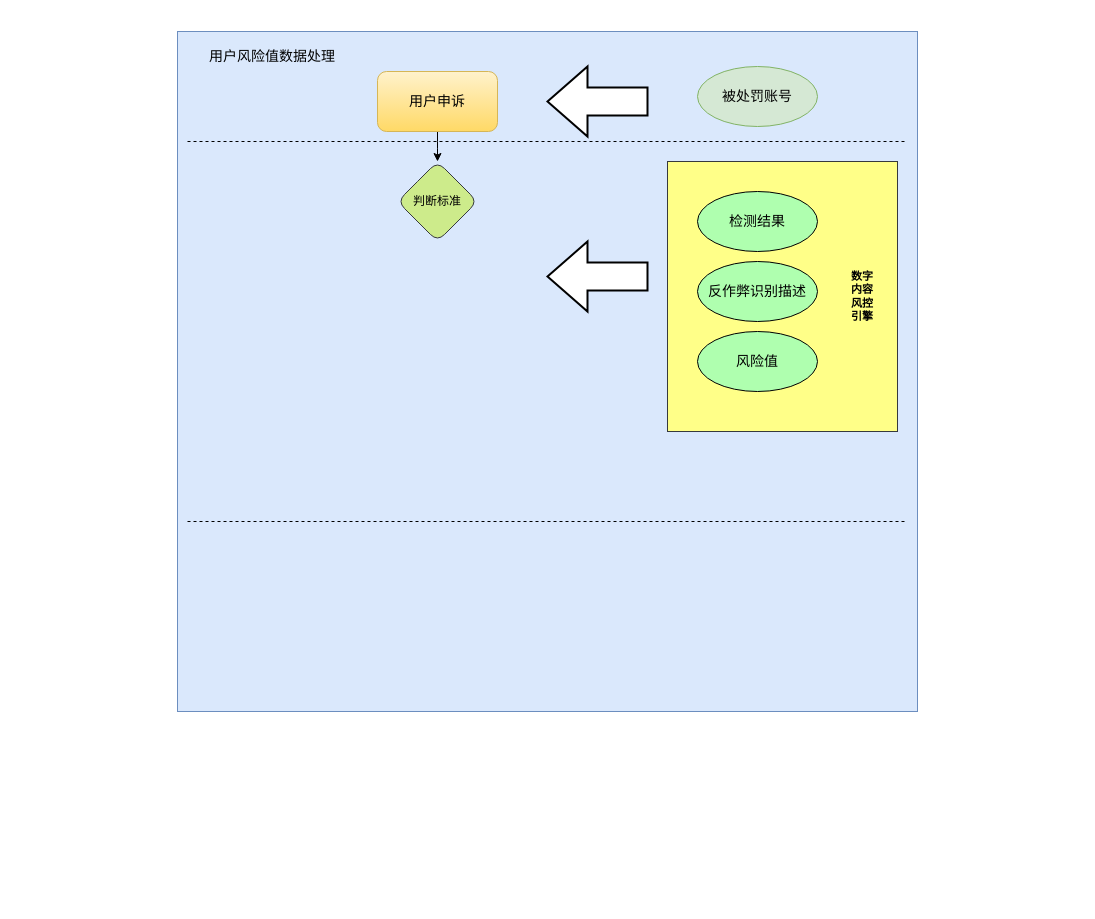
The draw.io diagram app.diagrams.net/Untitled Diagram.drawio in startarhwa/hello-world, before the edit. Source tidied: cells renumbered, new cells numbered last; positions are measured from the earlier drawing's top-left corner, leaving out a move shared by most shapes. Both pictures are drawn from the tidied source at 100%, with x=0, y=0 at pixel (177, 31).
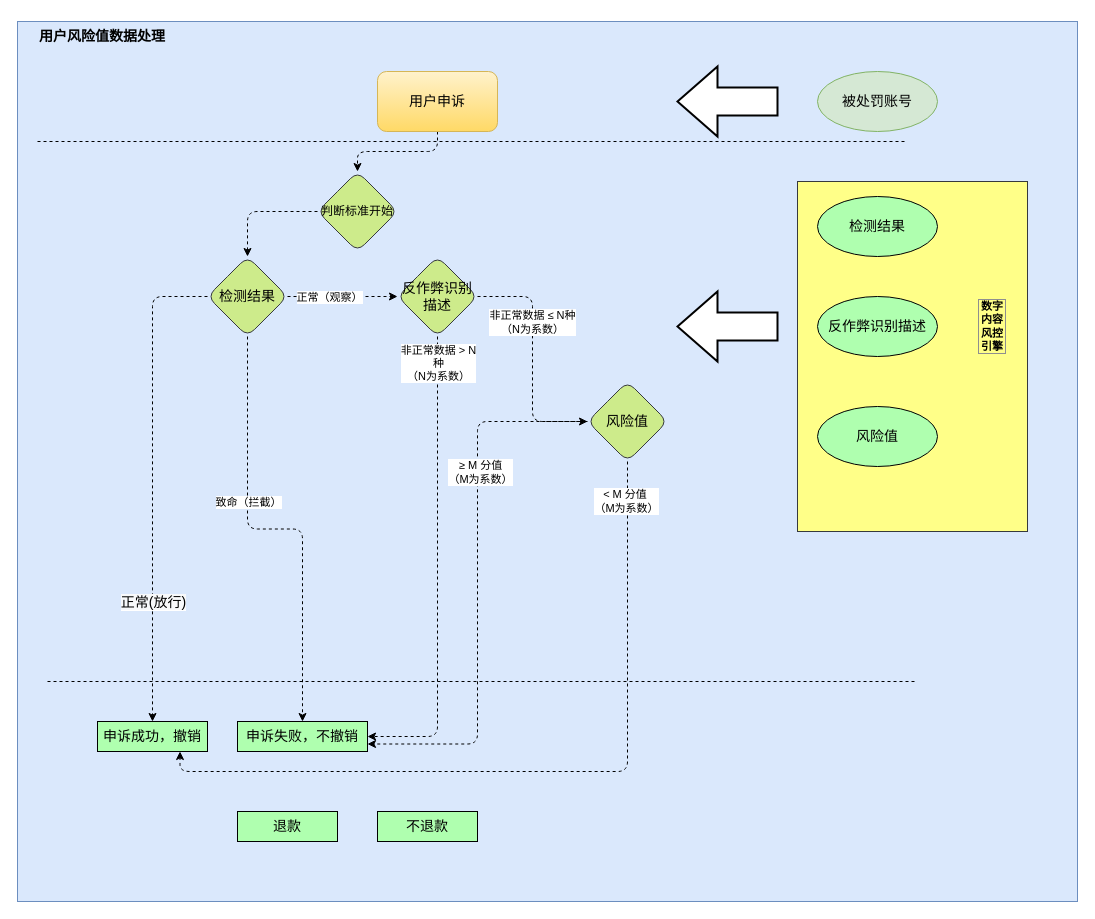
The same page after the edit.

Unchanged cells that the change refers to:
```xml
<mxCell id="5" value="&lt;span style=&quot;font-size: 14px&quot;&gt;用户申诉&lt;/span&gt;" style="rounded=1;whiteSpace=wrap;html=1;fillColor=#fff2cc;gradientColor=#ffd966;strokeColor=#d6b656;" parent="1" vertex="1">
  <mxGeometry x="200" y="40" width="120" height="60" as="geometry" />
</mxCell>
```

What changed in the source:
```diff
@@
     <mxCell id="2" style="text;html=1;strokeColor=#6c8ebf;fillColor=#dae8fc;align=left;verticalAlign=top;whiteSpace=wrap;fontSize=14;fontStyle=1;" parent="1" vertex="1">
-      <mxGeometry width="740" height="680" as="geometry" />
+      <mxGeometry x="-160" y="-10" width="1060" height="880" as="geometry" />
     </mxCell>
     <mxCell id="3" style="rounded=0;whiteSpace=wrap;html=1;labelBackgroundColor=none;labelBorderColor=none;fontSize=11;fillColor=#ffff88;strokeColor=#36393d;" parent="1" vertex="1">
-      <mxGeometry x="490" y="130" width="230" height="270" as="geometry" />
+      <mxGeometry x="620" y="150" width="230" height="350" as="geometry" />
     </mxCell>
-    <mxCell id="4" style="edgeStyle=orthogonalEdgeStyle;rounded=1;jettySize=auto;html=1;" parent="1" edge="1" source="5" target="6">
+    <mxCell id="4" style="edgeStyle=orthogonalEdgeStyle;rounded=1;jettySize=auto;html=1;dashed=1;" parent="1" edge="1" source="5" target="6">
       <mxGeometry relative="1" as="geometry" />
     </mxCell>
@@
+    <mxCell id="17" style="edgeStyle=orthogonalEdgeStyle;rounded=1;jettySize=auto;html=1;dashed=1;labelBackgroundColor=default;fontSize=11;fontColor=#000000;" parent="1" edge="1" source="6" target="28">
+      <mxGeometry relative="1" as="geometry" />
+    </mxCell>
-    <mxCell id="6" value="判断标准" style="rhombus;whiteSpace=wrap;html=1;rounded=1;fillColor=#cdeb8b;strokeColor=#36393d;" parent="1" vertex="1">
-      <mxGeometry x="220" y="130" width="80" height="80" as="geometry" />
+    <mxCell id="6" value="判断标准开始" style="rhombus;whiteSpace=wrap;html=1;rounded=1;fillColor=#cdeb8b;strokeColor=#36393d;" parent="1" vertex="1">
+      <mxGeometry x="140" y="140" width="80" height="80" as="geometry" />
     </mxCell>
-    <mxCell id="7" value="&lt;p class=&quot;MsoNormal&quot;&gt;&lt;span style=&quot;font-size: 14px&quot;&gt;用户风险值数据处理&lt;/span&gt;&lt;br&gt;&lt;/p&gt;" style="text;html=1;fillColor=none;align=center;verticalAlign=middle;whiteSpace=wrap;rounded=0;labelBackgroundColor=none;labelBorderColor=none;fontSize=11;" parent="1" vertex="1">
-      <mxGeometry x="10" y="10" width="170" height="30" as="geometry" />
+    <mxCell id="7" value="&lt;p class=&quot;MsoNormal&quot;&gt;&lt;span style=&quot;font-size: 14px&quot;&gt;用户风险值数据处理&lt;/span&gt;&lt;br&gt;&lt;/p&gt;" style="text;html=1;fillColor=none;align=center;verticalAlign=middle;whiteSpace=wrap;rounded=0;labelBackgroundColor=none;labelBorderColor=none;fontSize=11;fontStyle=1;" parent="1" vertex="1">
+      <mxGeometry x="-160" y="-10" width="170" height="30" as="geometry" />
     </mxCell>
     <mxCell id="8" style="verticalLabelPosition=bottom;verticalAlign=top;html=1;strokeWidth=2;shape=mxgraph.arrows2.arrow;dy=0.6;dx=40;notch=0;labelBackgroundColor=none;labelBorderColor=none;fontSize=11;fontColor=#E6FFCC;direction=west;" parent="1" vertex="1">
-      <mxGeometry x="370" y="35" width="100" height="70" as="geometry" />
+      <mxGeometry x="500" y="35" width="100" height="70" as="geometry" />
     </mxCell>
     <mxCell id="9" value="&lt;span style=&quot;font-size: 14px&quot;&gt;被处罚账号&lt;/span&gt;" style="ellipse;whiteSpace=wrap;html=1;rounded=1;fillColor=#d5e8d4;strokeColor=#82b366;" parent="1" vertex="1">
-      <mxGeometry x="520" y="35" width="120" height="60" as="geometry" />
+      <mxGeometry x="640" y="40" width="120" height="60" as="geometry" />
     </mxCell>
     <mxCell id="10" value="检测结果" style="ellipse;whiteSpace=wrap;html=1;fontSize=14;fillColor=#AFFFAF;strokeColor=rgb(0, 0, 0);fontColor=rgb(0, 0, 0);" parent="1" vertex="1">
-      <mxGeometry x="520" y="160" width="120" height="60" as="geometry" />
+      <mxGeometry x="640" y="165" width="120" height="60" as="geometry" />
     </mxCell>
     <mxCell id="11" value="反作弊识别描述" style="ellipse;whiteSpace=wrap;html=1;fontSize=14;fillColor=#AFFFAF;strokeColor=rgb(0, 0, 0);fontColor=rgb(0, 0, 0);" parent="1" vertex="1">
-      <mxGeometry x="520" y="230" width="120" height="60" as="geometry" />
+      <mxGeometry x="640" y="265" width="120" height="60" as="geometry" />
     </mxCell>
     <mxCell id="12" value="风险值" style="ellipse;whiteSpace=wrap;html=1;fontSize=14;fillColor=#AFFFAF;strokeColor=rgb(0, 0, 0);fontColor=rgb(0, 0, 0);" parent="1" vertex="1">
-      <mxGeometry x="520" y="300" width="120" height="60" as="geometry" />
+      <mxGeometry x="640" y="375" width="120" height="60" as="geometry" />
     </mxCell>
-    <mxCell id="13" value="&lt;b&gt;数字内容风控引擎&lt;/b&gt;" style="text;html=1;strokeColor=none;fillColor=none;align=center;verticalAlign=middle;whiteSpace=wrap;rounded=0;labelBackgroundColor=none;labelBorderColor=none;fontSize=11;fontColor=#000000;horizontal=0;rotation=90;" parent="1" vertex="1">
-      <mxGeometry x="620" y="250" width="130" height="30" as="geometry" />
+    <mxCell id="13" value="&lt;b&gt;数字内容风控引擎&lt;/b&gt;" style="text;html=1;strokeColor=none;fillColor=none;align=center;verticalAlign=middle;whiteSpace=wrap;rounded=0;labelBackgroundColor=none;labelBorderColor=#8F8F8F;fontSize=11;fontColor=#000000;horizontal=0;rotation=90;" parent="1" vertex="1">
+      <mxGeometry x="750" y="280" width="130" height="30" as="geometry" />
     </mxCell>
     <mxCell id="14" style="verticalLabelPosition=bottom;verticalAlign=top;html=1;strokeWidth=2;shape=mxgraph.arrows2.arrow;dy=0.6;dx=40;notch=0;labelBackgroundColor=none;labelBorderColor=none;fontSize=11;fontColor=#E6FFCC;direction=west;" parent="1" vertex="1">
-      <mxGeometry x="370" y="210" width="100" height="70" as="geometry" />
+      <mxGeometry x="500" y="260" width="100" height="70" as="geometry" />
     </mxCell>
     <mxCell id="15" style="endArrow=none;dashed=1;html=1;rounded=1;labelBackgroundColor=default;fontSize=11;fontColor=#000000;" parent="1" edge="1">
       <mxGeometry relative="1" as="geometry">
-        <mxPoint x="10" y="110" as="sourcePoint" />
+        <mxPoint x="-140" y="110" as="sourcePoint" />
         <mxPoint x="730" y="110" as="targetPoint" />
       </mxGeometry>
     </mxCell>
-    <mxCell id="16" style="endArrow=none;dashed=1;html=1;rounded=1;labelBackgroundColor=default;fontSize=11;fontColor=#000000;" parent="1" edge="1">
-      <mxGeometry relative="1" as="geometry">
-        <mxPoint x="10" y="490" as="sourcePoint" />
-        <mxPoint x="730" y="490" as="targetPoint" />
-      </mxGeometry>
-    </mxCell>
+    <mxCell id="18" value="申诉成功，撤销" style="whiteSpace=wrap;html=1;fontSize=14;fillColor=#AFFFAF;strokeColor=rgb(0, 0, 0);fontColor=rgb(0, 0, 0);" parent="1" vertex="1">
+      <mxGeometry x="-80" y="690" width="110" height="30" as="geometry" />
+    </mxCell>
+    <mxCell id="19" value="退款" style="whiteSpace=wrap;html=1;fontSize=14;fillColor=#AFFFAF;strokeColor=rgb(0, 0, 0);fontColor=rgb(0, 0, 0);" parent="1" vertex="1">
+      <mxGeometry x="60" y="780" width="100" height="30" as="geometry" />
+    </mxCell>
+    <mxCell id="20" value="不退款" style="whiteSpace=wrap;html=1;fontSize=14;fillColor=#AFFFAF;strokeColor=rgb(0, 0, 0);fontColor=rgb(0, 0, 0);" parent="1" vertex="1">
+      <mxGeometry x="200" y="780" width="100" height="30" as="geometry" />
+    </mxCell>
+    <mxCell id="21" style="edgeStyle=orthogonalEdgeStyle;rounded=1;jettySize=auto;html=1;dashed=1;labelBackgroundColor=default;fontSize=11;fontColor=#000000;entryX=0.5;entryY=0;entryDx=0;entryDy=0;exitX=0;exitY=0.5;exitDx=0;exitDy=0;" parent="1" edge="1" source="28" target="18">
+      <mxGeometry relative="1" as="geometry" />
+    </mxCell>
+    <mxCell id="22" value="&lt;span style=&quot;font-size: 14px ; background-color: rgb(248 , 249 , 250)&quot;&gt;正常(放行)&lt;/span&gt;" style="edgeLabel;html=1;align=center;verticalAlign=middle;fontSize=11;fontColor=#000000;" parent="21" vertex="1">
+      <mxGeometry x="0.09" y="-1" relative="1" as="geometry">
+        <mxPoint x="1" y="98" as="offset" />
+      </mxGeometry>
+    </mxCell>
+    <mxCell id="23" style="endArrow=none;dashed=1;html=1;rounded=1;labelBackgroundColor=default;fontSize=11;fontColor=#000000;" parent="1" edge="1">
+      <mxGeometry relative="1" as="geometry">
+        <mxPoint x="-130" y="650" as="sourcePoint" />
+        <mxPoint x="740" y="650" as="targetPoint" />
+      </mxGeometry>
+    </mxCell>
+    <mxCell id="24" style="edgeStyle=orthogonalEdgeStyle;rounded=1;jettySize=auto;html=1;dashed=1;labelBackgroundColor=default;fontSize=11;fontColor=#000000;" parent="1" edge="1" source="28" target="33">
+      <mxGeometry relative="1" as="geometry" />
+    </mxCell>
+    <mxCell id="25" value="&lt;span style=&quot;font-size: 11px&quot;&gt;正常（观察）&lt;/span&gt;" style="edgeLabel;html=1;align=center;verticalAlign=middle;fontSize=11;fontColor=#000000;" parent="24" vertex="1">
+      <mxGeometry x="-0.76" y="2" relative="1" as="geometry">
+        <mxPoint x="28" y="2" as="offset" />
+      </mxGeometry>
+    </mxCell>
+    <mxCell id="26" style="edgeStyle=orthogonalEdgeStyle;rounded=1;jettySize=auto;html=1;dashed=1;labelBackgroundColor=default;fontSize=11;fontColor=#000000;entryX=0.5;entryY=0;entryDx=0;entryDy=0;" parent="1" edge="1" source="28" target="34">
+      <mxGeometry relative="1" as="geometry" />
+    </mxCell>
+    <mxCell id="27" value="致命（拦截）" style="edgeLabel;html=1;align=center;verticalAlign=middle;fontSize=11;fontColor=#000000;" parent="26" vertex="1">
+      <mxGeometry x="-0.25" relative="1" as="geometry" />
+    </mxCell>
+    <mxCell id="28" value="&lt;span style=&quot;font-size: 14px&quot;&gt;检测结果&lt;br&gt;&lt;/span&gt;" style="rhombus;whiteSpace=wrap;html=1;fillColor=#cdeb8b;strokeColor=#36393d;rounded=1;" parent="1" vertex="1">
+      <mxGeometry x="30" y="225" width="80" height="80" as="geometry" />
+    </mxCell>
+    <mxCell id="29" style="edgeStyle=elbowEdgeStyle;rounded=1;jettySize=auto;html=1;dashed=1;labelBackgroundColor=default;fontSize=11;fontColor=#000000;" parent="1" edge="1" source="33" target="34">
+      <mxGeometry relative="1" as="geometry">
+        <Array as="points">
+          <mxPoint x="260" y="510" />
+        </Array>
+      </mxGeometry>
+    </mxCell>
+    <mxCell id="30" value="非正常数据 &amp;gt; N&lt;br&gt;种&lt;br&gt;（N为系数）" style="edgeLabel;html=1;align=center;verticalAlign=middle;fontSize=11;fontColor=#000000;" parent="29" vertex="1">
+      <mxGeometry x="-0.89" relative="1" as="geometry" />
+    </mxCell>
+    <mxCell id="31" style="edgeStyle=elbowEdgeStyle;rounded=1;jettySize=auto;html=1;dashed=1;labelBackgroundColor=default;fontSize=11;fontColor=#000000;" parent="1" edge="1" source="33" target="39">
+      <mxGeometry relative="1" as="geometry" />
+    </mxCell>
+    <mxCell id="32" value="非正常数据&amp;nbsp;≤ N种 &lt;br&gt;（N为系数）" style="edgeLabel;html=1;align=center;verticalAlign=middle;fontSize=11;fontColor=#000000;" parent="31" vertex="1">
+      <mxGeometry x="-0.78" y="3" relative="1" as="geometry">
+        <mxPoint x="28" y="28" as="offset" />
+      </mxGeometry>
+    </mxCell>
+    <mxCell id="33" value="&lt;span style=&quot;font-size: 14px&quot;&gt;反作弊识别描述&lt;/span&gt;&lt;span style=&quot;font-size: 14px&quot;&gt;&lt;br&gt;&lt;/span&gt;" style="rhombus;whiteSpace=wrap;html=1;fillColor=#cdeb8b;strokeColor=#36393d;rounded=1;" parent="1" vertex="1">
+      <mxGeometry x="220" y="225" width="80" height="80" as="geometry" />
+    </mxCell>
+    <mxCell id="34" value="申诉失败，不撤销" style="whiteSpace=wrap;html=1;fontSize=14;fillColor=#AFFFAF;strokeColor=rgb(0, 0, 0);fontColor=rgb(0, 0, 0);" parent="1" vertex="1">
+      <mxGeometry x="60" y="690" width="130" height="30" as="geometry" />
+    </mxCell>
+    <mxCell id="35" style="edgeStyle=elbowEdgeStyle;rounded=1;jettySize=auto;html=1;dashed=1;labelBackgroundColor=default;fontSize=11;fontColor=#000000;entryX=1;entryY=0.75;entryDx=0;entryDy=0;" parent="1" edge="1" source="39" target="34">
+      <mxGeometry relative="1" as="geometry" />
+    </mxCell>
+    <mxCell id="36" value="≥ M 分值 &lt;br&gt;（M为系数）" style="edgeLabel;html=1;align=center;verticalAlign=middle;fontSize=11;fontColor=#000000;" parent="35" vertex="1">
+      <mxGeometry x="-0.41" y="2" relative="1" as="geometry" />
+    </mxCell>
+    <mxCell id="37" style="edgeStyle=orthogonalEdgeStyle;rounded=1;jettySize=auto;html=1;dashed=1;labelBackgroundColor=default;fontSize=11;fontColor=#000000;entryX=0.75;entryY=1;entryDx=0;entryDy=0;" parent="1" edge="1" source="39" target="18">
+      <mxGeometry relative="1" as="geometry">
+        <Array as="points">
+          <mxPoint x="450" y="740" />
+          <mxPoint x="3" y="740" />
+        </Array>
+      </mxGeometry>
+    </mxCell>
+    <mxCell id="38" value="&amp;lt; M 分值&amp;nbsp;&lt;br&gt;（M为系数）" style="edgeLabel;html=1;align=center;verticalAlign=middle;fontSize=11;fontColor=#000000;" parent="37" vertex="1">
+      <mxGeometry x="-0.9" y="-2" relative="1" as="geometry" />
+    </mxCell>
+    <mxCell id="39" value="&lt;span style=&quot;font-size: 14px&quot;&gt;风险值&lt;br&gt;&lt;/span&gt;" style="rhombus;whiteSpace=wrap;html=1;fillColor=#cdeb8b;strokeColor=#36393d;rounded=1;" parent="1" vertex="1">
+      <mxGeometry x="410" y="350" width="80" height="80" as="geometry" />
+    </mxCell>
```
